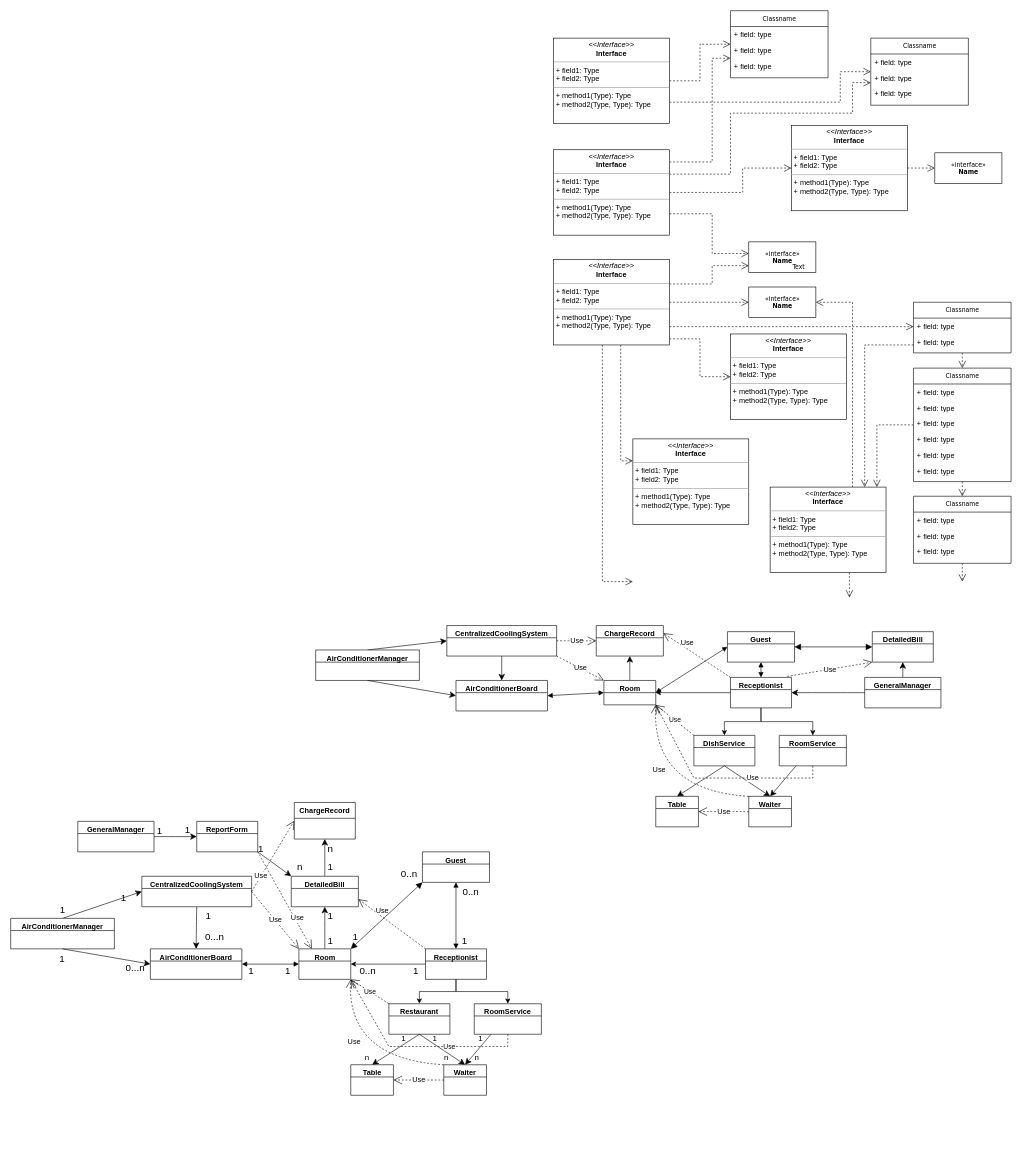
This is UML.drawio from lyhkk/Test, a draw.io file, before an edit. Source tidied: cells renumbered, new cells numbered last; positions are measured from the earlier drawing's top-left corner, leaving out a move shared by most shapes. Both pictures are drawn from the tidied source at 61%, with x=0, y=0 at pixel (10, 10).
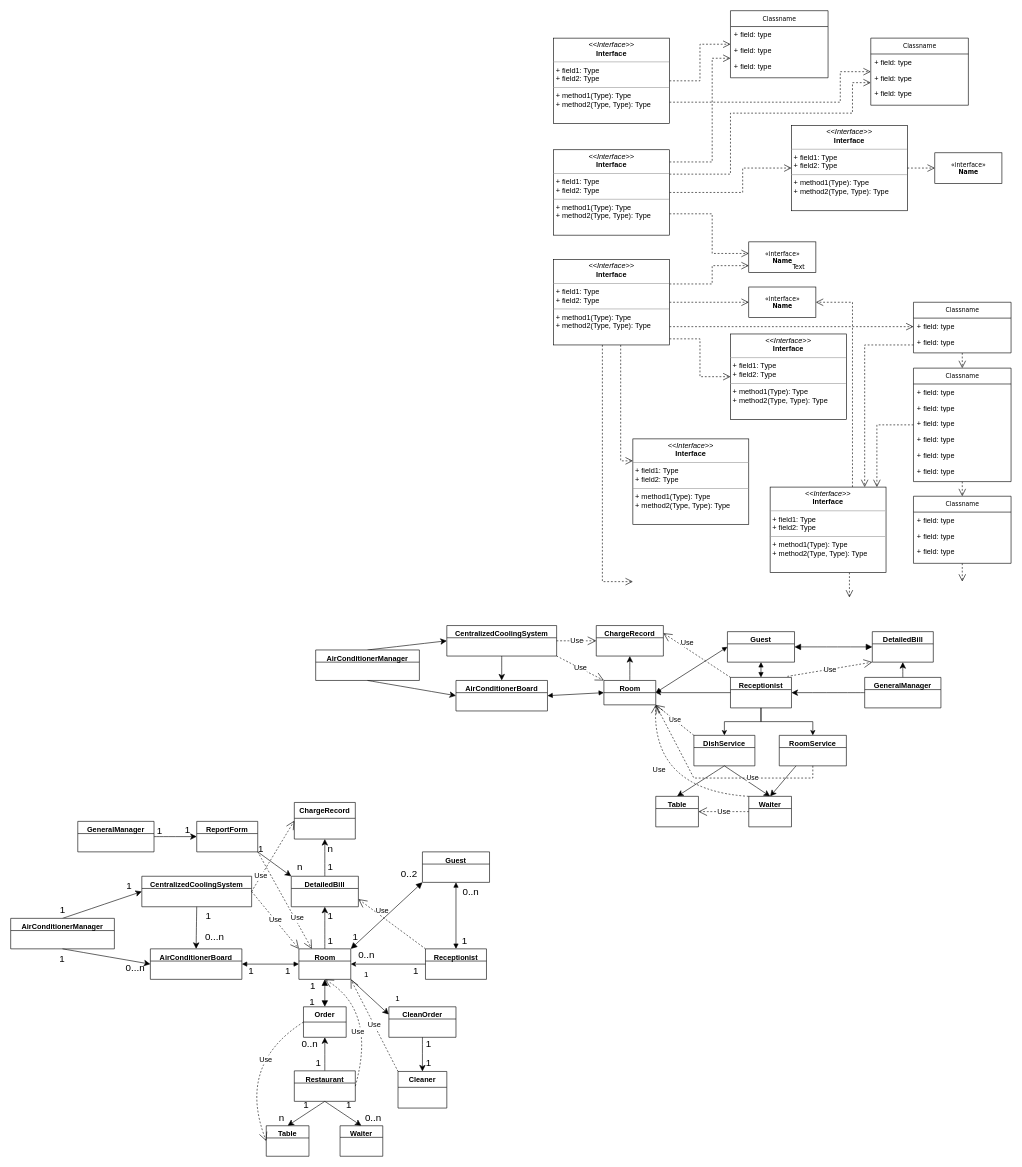
After the change.

Unchanged cells that the change refers to:
```xml
<mxCell id="93" value="Room" style="swimlane;fontStyle=1;align=center;verticalAlign=top;horizontal=1;startSize=20;whiteSpace=wrap;html=1;" parent="1" vertex="1" collapsed="1">
  <mxGeometry x="472.5" y="1538" width="85" height="50" as="geometry" />
</mxCell>
<mxCell id="103" value="Receptionist" style="swimlane;fontStyle=1;align=center;verticalAlign=top;horizontal=1;startSize=20;whiteSpace=wrap;html=1;" parent="1" vertex="1" collapsed="1">
  <mxGeometry x="680" y="1538" width="100" height="50" as="geometry" />
</mxCell>
```

The edit, as a diff of the source:
```diff
@@
+    <mxCell id="158" style="edgeStyle=none;curved=1;rounded=0;jettySize=auto;html=1;exitX=1;exitY=1;exitDx=0;exitDy=0;entryX=0;entryY=0.25;entryDx=0;entryDy=0;fontSize=12;startSize=8;endSize=8;" parent="1" edge="1" source="93" target="161">
+      <mxGeometry relative="1" as="geometry" />
+    </mxCell>
@@
-    <mxCell id="101" style="edgeStyle=orthogonalEdgeStyle;rounded=0;jettySize=auto;html=1;exitX=0.5;exitY=1;exitDx=0;exitDy=0;entryX=0.5;entryY=0;entryDx=0;entryDy=0;" parent="1" edge="1" source="103" target="113">
-      <mxGeometry relative="1" as="geometry" />
-    </mxCell>
-    <mxCell id="102" style="edgeStyle=orthogonalEdgeStyle;rounded=0;jettySize=auto;html=1;exitX=0.5;exitY=1;exitDx=0;exitDy=0;entryX=0.5;entryY=0;entryDx=0;entryDy=0;" parent="1" edge="1" source="103" target="116">
-      <mxGeometry relative="1" as="geometry" />
-    </mxCell>
@@
-    <mxCell id="111" style="edgeStyle=none;curved=1;rounded=0;jettySize=auto;html=1;exitX=0.5;exitY=1;exitDx=0;exitDy=0;entryX=0.5;entryY=0;entryDx=0;entryDy=0;fontSize=12;startSize=8;endSize=8;" parent="1" edge="1" source="113" target="118">
-      <mxGeometry relative="1" as="geometry" />
-    </mxCell>
-    <mxCell id="112" style="edgeStyle=none;curved=1;rounded=0;jettySize=auto;html=1;exitX=0.5;exitY=1;exitDx=0;exitDy=0;fontSize=12;startSize=8;endSize=8;entryX=0.5;entryY=0;entryDx=0;entryDy=0;" parent="1" edge="1" source="113" target="119">
-      <mxGeometry relative="1" as="geometry" />
-    </mxCell>
-    <mxCell id="113" value="Restaurant" style="swimlane;fontStyle=1;align=center;verticalAlign=top;horizontal=1;startSize=20;whiteSpace=wrap;html=1;" parent="1" vertex="1" collapsed="1">
-      <mxGeometry x="620" y="1628" width="100" height="50" as="geometry" />
-    </mxCell>
-    <mxCell id="114" value="Use" style="endArrow=open;endSize=12;dashed=1;html=1;rounded=0;exitX=0;exitY=0;exitDx=0;exitDy=0;entryX=1;entryY=1;entryDx=0;entryDy=0;" parent="1" edge="1" source="113" target="93">
-      <mxGeometry relative="1" as="geometry" />
-    </mxCell>
-    <mxCell id="115" style="edgeStyle=none;curved=1;rounded=0;jettySize=auto;html=1;exitX=0.25;exitY=1;exitDx=0;exitDy=0;entryX=0.5;entryY=0;entryDx=0;entryDy=0;fontSize=12;startSize=8;endSize=8;" parent="1" edge="1" source="116" target="119">
-      <mxGeometry relative="1" as="geometry" />
-    </mxCell>
-    <mxCell id="116" value="RoomService" style="swimlane;fontStyle=1;align=center;verticalAlign=top;horizontal=1;startSize=20;whiteSpace=wrap;html=1;" parent="1" vertex="1" collapsed="1">
-      <mxGeometry x="760" y="1628" width="110" height="50" as="geometry" />
-    </mxCell>
-    <mxCell id="117" value="Use" style="endArrow=open;endSize=12;dashed=1;html=1;rounded=0;exitX=0.5;exitY=1;exitDx=0;exitDy=0;entryX=1;entryY=1;entryDx=0;entryDy=0;" parent="1" edge="1" source="116" target="93">
-      <mxGeometry x="-0.32" relative="1" as="geometry">
-        <Array as="points">
-          <mxPoint x="815" y="1678" />
-          <mxPoint x="815" y="1698" />
-          <mxPoint x="620" y="1698" />
-        </Array>
-      </mxGeometry>
-    </mxCell>
-    <mxCell id="118" value="Table" style="swimlane;fontStyle=1;align=center;verticalAlign=top;horizontal=1;startSize=20;whiteSpace=wrap;html=1;" parent="1" vertex="1" collapsed="1">
-      <mxGeometry x="557.5" y="1728" width="70" height="50" as="geometry" />
-    </mxCell>
-    <mxCell id="119" value="Waiter" style="swimlane;fontStyle=1;align=center;verticalAlign=top;horizontal=1;startSize=20;whiteSpace=wrap;html=1;" parent="1" vertex="1" collapsed="1">
-      <mxGeometry x="710" y="1728" width="70" height="50" as="geometry" />
-    </mxCell>
-    <mxCell id="120" value="Use" style="endArrow=open;endSize=12;dashed=1;html=1;rounded=0;fontSize=12;curved=1;exitX=0;exitY=0.5;exitDx=0;exitDy=0;entryX=1;entryY=0.5;entryDx=0;entryDy=0;" parent="1" edge="1" source="119" target="118">
-      <mxGeometry relative="1" as="geometry" />
-    </mxCell>
-    <mxCell id="121" value="Use" style="endArrow=open;endSize=12;dashed=1;html=1;rounded=0;fontSize=12;curved=1;exitX=0;exitY=0;exitDx=0;exitDy=0;entryX=1;entryY=1;entryDx=0;entryDy=0;" parent="1" edge="1" source="119" target="93">
-      <mxGeometry x="0.3" y="-11" relative="1" as="geometry">
-        <Array as="points">
-          <mxPoint x="550" y="1718" />
-        </Array>
-      </mxGeometry>
-    </mxCell>
@@
     <mxCell id="126" value="1" style="text;html=1;align=center;verticalAlign=middle;strokeColor=none;fillColor=none;fontSize=16;" parent="1" vertex="1">
-      <mxGeometry x="170" y="1439" width="30" height="30" as="geometry" />
+      <mxGeometry x="179" y="1419" width="30" height="30" as="geometry" />
     </mxCell>
@@
     <mxCell id="136" value="0..n" style="text;html=1;align=center;verticalAlign=middle;strokeColor=none;fillColor=none;fontSize=16;" parent="1" vertex="1">
-      <mxGeometry x="560" y="1558" width="50" height="30" as="geometry" />
+      <mxGeometry x="557.5" y="1533" width="50" height="30" as="geometry" />
     </mxCell>
@@
-    <mxCell id="139" value="0..n" style="text;html=1;align=center;verticalAlign=middle;strokeColor=none;fillColor=none;fontSize=16;" parent="1" vertex="1">
+    <mxCell id="139" value="0..2" style="text;html=1;align=center;verticalAlign=middle;strokeColor=none;fillColor=none;fontSize=16;" parent="1" vertex="1">
       <mxGeometry x="627.5" y="1399" width="50" height="30" as="geometry" />
     </mxCell>
@@
-    <mxCell id="152" value="&lt;font style=&quot;font-size: 13px;&quot;&gt;1&lt;/font&gt;" style="text;html=1;align=center;verticalAlign=middle;strokeColor=none;fillColor=none;fontSize=16;" parent="1" vertex="1">
-      <mxGeometry x="629" y="1669" width="30" height="30" as="geometry" />
-    </mxCell>
-    <mxCell id="153" value="&lt;font style=&quot;font-size: 13px;&quot;&gt;n&lt;/font&gt;" style="text;html=1;align=center;verticalAlign=middle;strokeColor=none;fillColor=none;fontSize=16;" parent="1" vertex="1">
-      <mxGeometry x="569" y="1699" width="30" height="30" as="geometry" />
-    </mxCell>
-    <mxCell id="154" value="&lt;font style=&quot;font-size: 13px;&quot;&gt;1&lt;/font&gt;" style="text;html=1;align=center;verticalAlign=middle;strokeColor=none;fillColor=none;fontSize=16;" parent="1" vertex="1">
-      <mxGeometry x="680" y="1669" width="30" height="30" as="geometry" />
-    </mxCell>
-    <mxCell id="155" value="&lt;font style=&quot;font-size: 13px;&quot;&gt;n&lt;/font&gt;" style="text;html=1;align=center;verticalAlign=middle;strokeColor=none;fillColor=none;fontSize=16;" parent="1" vertex="1">
-      <mxGeometry x="699" y="1699" width="30" height="30" as="geometry" />
-    </mxCell>
-    <mxCell id="156" value="&lt;font style=&quot;font-size: 13px;&quot;&gt;n&lt;/font&gt;" style="text;html=1;align=center;verticalAlign=middle;strokeColor=none;fillColor=none;fontSize=16;" parent="1" vertex="1">
-      <mxGeometry x="749" y="1699" width="30" height="30" as="geometry" />
-    </mxCell>
-    <mxCell id="157" value="&lt;font style=&quot;font-size: 13px;&quot;&gt;1&lt;/font&gt;" style="text;html=1;align=center;verticalAlign=middle;strokeColor=none;fillColor=none;fontSize=16;" parent="1" vertex="1">
-      <mxGeometry x="755" y="1669" width="30" height="30" as="geometry" />
-    </mxCell>
+    <mxCell id="111" style="edgeStyle=none;curved=1;rounded=0;jettySize=auto;html=1;exitX=0.5;exitY=1;exitDx=0;exitDy=0;entryX=0.5;entryY=0;entryDx=0;entryDy=0;fontSize=12;startSize=8;endSize=8;" parent="1" edge="1" source="113" target="118">
+      <mxGeometry relative="1" as="geometry" />
+    </mxCell>
+    <mxCell id="112" style="edgeStyle=none;curved=1;rounded=0;jettySize=auto;html=1;exitX=0.5;exitY=1;exitDx=0;exitDy=0;fontSize=12;startSize=8;endSize=8;entryX=0.5;entryY=0;entryDx=0;entryDy=0;" parent="1" edge="1" source="113" target="119">
+      <mxGeometry relative="1" as="geometry" />
+    </mxCell>
+    <mxCell id="159" style="edgeStyle=none;curved=1;rounded=0;jettySize=auto;html=1;exitX=0.5;exitY=0;exitDx=0;exitDy=0;entryX=0.5;entryY=1;entryDx=0;entryDy=0;fontSize=12;startSize=8;endSize=8;" parent="1" edge="1" source="113" target="162">
+      <mxGeometry relative="1" as="geometry" />
+    </mxCell>
+    <mxCell id="113" value="Restaurant" style="swimlane;fontStyle=1;align=center;verticalAlign=top;horizontal=1;startSize=20;whiteSpace=wrap;html=1;" parent="1" vertex="1" collapsed="1">
+      <mxGeometry x="465" y="1738" width="100" height="50" as="geometry" />
+    </mxCell>
+    <mxCell id="160" style="edgeStyle=none;curved=1;rounded=0;jettySize=auto;html=1;exitX=0.5;exitY=1;exitDx=0;exitDy=0;fontSize=12;startSize=8;endSize=8;entryX=0.5;entryY=0;entryDx=0;entryDy=0;" parent="1" edge="1" source="161" target="175">
+      <mxGeometry relative="1" as="geometry" />
+    </mxCell>
+    <mxCell id="161" value="CleanOrder" style="swimlane;fontStyle=1;align=center;verticalAlign=top;horizontal=1;startSize=20;whiteSpace=wrap;html=1;" parent="1" vertex="1" collapsed="1">
+      <mxGeometry x="620" y="1633" width="110" height="50" as="geometry" />
+    </mxCell>
+    <mxCell id="118" value="Table" style="swimlane;fontStyle=1;align=center;verticalAlign=top;horizontal=1;startSize=20;whiteSpace=wrap;html=1;" parent="1" vertex="1" collapsed="1">
+      <mxGeometry x="419" y="1828" width="70" height="50" as="geometry" />
+    </mxCell>
+    <mxCell id="162" value="Order" style="swimlane;fontStyle=1;align=center;verticalAlign=top;horizontal=1;startSize=25;whiteSpace=wrap;html=1;" parent="1" vertex="1" collapsed="1">
+      <mxGeometry x="480" y="1633" width="70" height="50" as="geometry" />
+    </mxCell>
+    <mxCell id="119" value="Waiter" style="swimlane;fontStyle=1;align=center;verticalAlign=top;horizontal=1;startSize=19;whiteSpace=wrap;html=1;" parent="1" vertex="1" collapsed="1">
+      <mxGeometry x="540" y="1828" width="70" height="50" as="geometry" />
+    </mxCell>
+    <mxCell id="163" value="1" style="text;html=1;align=center;verticalAlign=middle;strokeColor=none;fillColor=none;fontSize=16;" parent="1" vertex="1">
+      <mxGeometry x="480" y="1583" width="30" height="30" as="geometry" />
+    </mxCell>
+    <mxCell id="164" value="&lt;font style=&quot;font-size: 13px;&quot;&gt;1&lt;/font&gt;" style="text;html=1;align=center;verticalAlign=middle;strokeColor=none;fillColor=none;fontSize=16;" parent="1" vertex="1">
+      <mxGeometry x="567.5" y="1563" width="30" height="30" as="geometry" />
+    </mxCell>
+    <mxCell id="165" value="&lt;font style=&quot;font-size: 13px;&quot;&gt;1&lt;/font&gt;" style="text;html=1;align=center;verticalAlign=middle;strokeColor=none;fillColor=none;fontSize=16;" parent="1" vertex="1">
+      <mxGeometry x="619" y="1603" width="30" height="30" as="geometry" />
+    </mxCell>
+    <mxCell id="166" style="endArrow=block;startArrow=block;endFill=1;startFill=1;html=1;rounded=0;fontSize=12;startSize=8;endSize=8;curved=1;entryX=0.5;entryY=0;entryDx=0;entryDy=0;exitX=0.5;exitY=1;exitDx=0;exitDy=0;" parent="1" edge="1" source="93" target="162">
+      <mxGeometry relative="1" as="geometry" />
+    </mxCell>
+    <mxCell id="167" value="1" style="text;html=1;align=center;verticalAlign=middle;strokeColor=none;fillColor=none;fontSize=16;" parent="1" vertex="1">
+      <mxGeometry x="479" y="1609" width="30" height="30" as="geometry" />
+    </mxCell>
+    <mxCell id="168" value="Use" style="endArrow=open;endSize=12;dashed=1;html=1;rounded=0;fontSize=12;curved=1;exitX=0;exitY=0.5;exitDx=0;exitDy=0;entryX=0;entryY=0.5;entryDx=0;entryDy=0;" parent="1" edge="1" source="162" target="118">
+      <mxGeometry x="-0.36" y="18" relative="1" as="geometry">
+        <Array as="points">
+          <mxPoint x="370" y="1728" />
+        </Array>
+        <mxPoint y="1" as="offset" />
+      </mxGeometry>
+    </mxCell>
+    <mxCell id="114" value="Use" style="endArrow=open;endSize=12;dashed=1;html=1;rounded=0;fontSize=12;curved=1;exitX=1;exitY=0.5;exitDx=0;exitDy=0;entryX=0.5;entryY=1;entryDx=0;entryDy=0;" parent="1" edge="1" source="113" target="93">
+      <mxGeometry x="-0.24" y="20" relative="1" as="geometry">
+        <Array as="points">
+          <mxPoint x="600" y="1638" />
+        </Array>
+      </mxGeometry>
+    </mxCell>
+    <mxCell id="169" value="1" style="text;html=1;align=center;verticalAlign=middle;strokeColor=none;fillColor=none;fontSize=16;" parent="1" vertex="1">
+      <mxGeometry x="489" y="1709" width="30" height="30" as="geometry" />
+    </mxCell>
+    <mxCell id="170" value="0..n" style="text;html=1;align=center;verticalAlign=middle;strokeColor=none;fillColor=none;fontSize=16;" parent="1" vertex="1">
+      <mxGeometry x="465" y="1679" width="50" height="30" as="geometry" />
+    </mxCell>
+    <mxCell id="171" value="n" style="text;html=1;align=center;verticalAlign=middle;strokeColor=none;fillColor=none;fontSize=16;" parent="1" vertex="1">
+      <mxGeometry x="429" y="1799" width="30" height="30" as="geometry" />
+    </mxCell>
+    <mxCell id="172" value="1" style="text;html=1;align=center;verticalAlign=middle;strokeColor=none;fillColor=none;fontSize=16;" parent="1" vertex="1">
+      <mxGeometry x="469" y="1779" width="30" height="30" as="geometry" />
+    </mxCell>
+    <mxCell id="173" value="1" style="text;html=1;align=center;verticalAlign=middle;strokeColor=none;fillColor=none;fontSize=16;" parent="1" vertex="1">
+      <mxGeometry x="539" y="1779" width="30" height="30" as="geometry" />
+    </mxCell>
+    <mxCell id="174" value="0..n" style="text;html=1;align=center;verticalAlign=middle;strokeColor=none;fillColor=none;fontSize=16;" parent="1" vertex="1">
+      <mxGeometry x="569" y="1799" width="50" height="30" as="geometry" />
+    </mxCell>
+    <mxCell id="175" value="&lt;b&gt;Cleaner&lt;/b&gt;" style="swimlane;fontStyle=0;horizontal=1;startSize=26;fillColor=none;whiteSpace=wrap;html=1;" parent="1" vertex="1" collapsed="1">
+      <mxGeometry x="635" y="1739" width="80" height="60" as="geometry" />
+    </mxCell>
+    <mxCell id="176" value="1" style="text;html=1;align=center;verticalAlign=middle;strokeColor=none;fillColor=none;fontSize=16;" parent="1" vertex="1">
+      <mxGeometry x="670" y="1679" width="30" height="30" as="geometry" />
+    </mxCell>
+    <mxCell id="177" value="1" style="text;html=1;align=center;verticalAlign=middle;strokeColor=none;fillColor=none;fontSize=16;" parent="1" vertex="1">
+      <mxGeometry x="670" y="1709" width="30" height="30" as="geometry" />
+    </mxCell>
+    <mxCell id="121" value="Use" style="endArrow=open;endSize=12;dashed=1;html=1;rounded=0;fontSize=12;curved=1;exitX=0;exitY=0;exitDx=0;exitDy=0;entryX=1;entryY=1;entryDx=0;entryDy=0;" parent="1" edge="1" source="175" target="93">
+      <mxGeometry relative="1" as="geometry" />
+    </mxCell>
```
